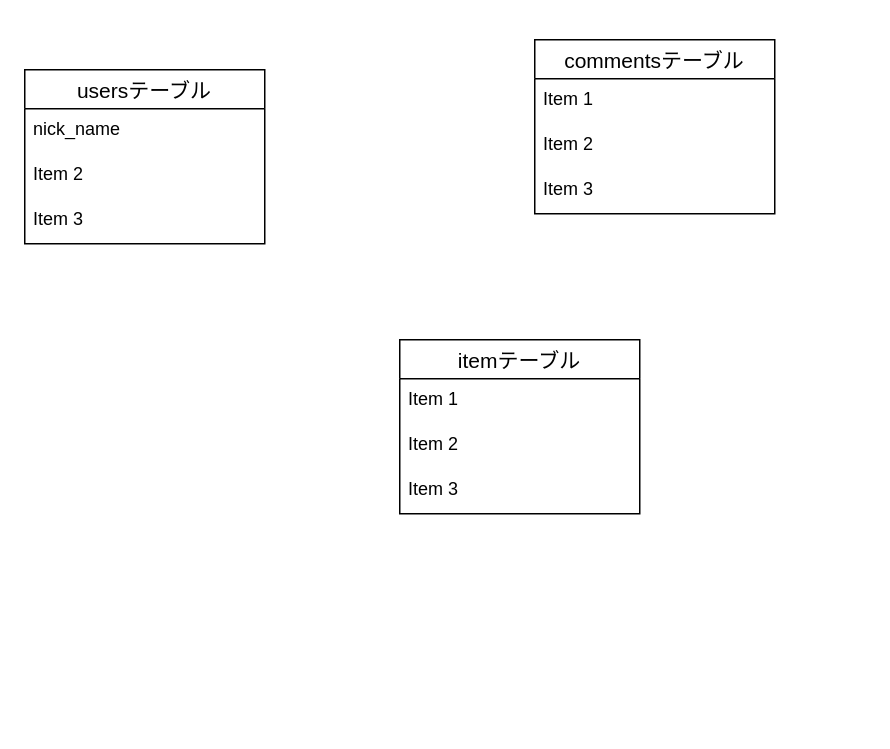
This is test.dio from yushi777/bag-app, a draw.io file, before an edit. Source tidied: cells renumbered, new cells numbered last; positions are measured from the earlier drawing's top-left corner, leaving out a move shared by most shapes. Both pictures are drawn from the tidied source at 150%, with x=0, y=0 at pixel (24, 39).
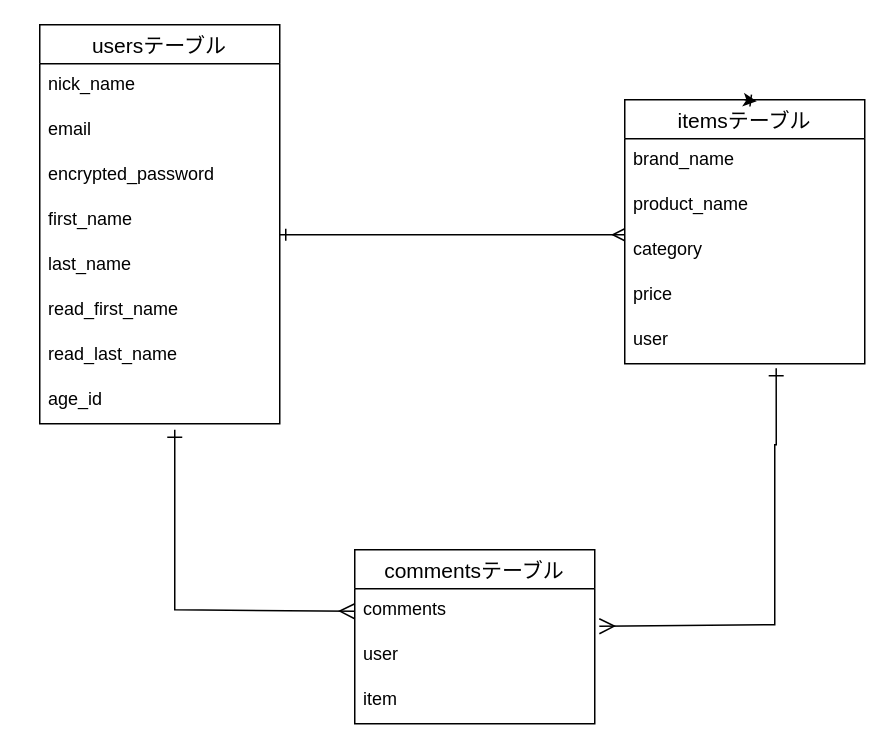
After the change.

Commit message (it also covers changes not shown here):
ER図の作成とreadmeの作成

Diff of the diagram source:
```diff
@@
-    <mxCell id="2" value="usersテーブル" style="swimlane;fontStyle=0;horizontal=1;startSize=26;align=center;fontSize=14;" parent="1" vertex="1">
-      <mxGeometry y="20" width="160" height="116" as="geometry" />
-    </mxCell>
-    <mxCell id="3" value="nick_name" style="text;strokeColor=none;fillColor=none;spacingLeft=4;spacingRight=4;overflow=hidden;fontSize=12;" parent="2" vertex="1">
-      <mxGeometry y="26" width="160" height="30" as="geometry" />
-    </mxCell>
-    <mxCell id="4" value="Item 2" style="text;strokeColor=none;fillColor=none;spacingLeft=4;spacingRight=4;overflow=hidden;fontSize=12;" parent="2" vertex="1">
-      <mxGeometry y="56" width="160" height="30" as="geometry" />
-    </mxCell>
-    <mxCell id="5" value="Item 3" style="text;strokeColor=none;fillColor=none;spacingLeft=4;spacingRight=4;overflow=hidden;fontSize=12;" parent="2" vertex="1">
-      <mxGeometry y="86" width="160" height="30" as="geometry" />
-    </mxCell>
-    <mxCell id="6" value="itemテーブル" style="swimlane;fontStyle=0;horizontal=1;startSize=26;align=center;fontSize=14;" parent="1" vertex="1">
-      <mxGeometry x="250" y="200" width="160" height="116" as="geometry" />
-    </mxCell>
-    <mxCell id="7" value="Item 1" style="text;strokeColor=none;fillColor=none;spacingLeft=4;spacingRight=4;overflow=hidden;fontSize=12;" parent="6" vertex="1">
-      <mxGeometry y="26" width="160" height="30" as="geometry" />
-    </mxCell>
-    <mxCell id="8" value="Item 2" style="text;strokeColor=none;fillColor=none;spacingLeft=4;spacingRight=4;overflow=hidden;fontSize=12;" parent="6" vertex="1">
-      <mxGeometry y="56" width="160" height="30" as="geometry" />
-    </mxCell>
-    <mxCell id="9" value="Item 3" style="text;strokeColor=none;fillColor=none;spacingLeft=4;spacingRight=4;overflow=hidden;fontSize=12;" parent="6" vertex="1">
-      <mxGeometry y="86" width="160" height="30" as="geometry" />
-    </mxCell>
     <mxCell id="10" value="commentsテーブル" style="swimlane;fontStyle=0;horizontal=1;startSize=26;align=center;fontSize=14;" parent="1" vertex="1">
-      <mxGeometry x="340" width="160" height="116" as="geometry" />
+      <mxGeometry x="220" y="340" width="160" height="116" as="geometry" />
     </mxCell>
-    <mxCell id="11" value="Item 1" style="text;strokeColor=none;fillColor=none;spacingLeft=4;spacingRight=4;overflow=hidden;points=[[0,0.5],[1,0.5]];portConstraint=eastwest;fontSize=12;" parent="10" vertex="1">
+    <mxCell id="11" value="comments" style="text;strokeColor=none;fillColor=none;spacingLeft=4;spacingRight=4;overflow=hidden;points=[[0,0.5],[1,0.5]];portConstraint=eastwest;fontSize=12;" parent="10" vertex="1">
       <mxGeometry y="26" width="160" height="30" as="geometry" />
     </mxCell>
-    <mxCell id="12" value="Item 2" style="text;strokeColor=none;fillColor=none;spacingLeft=4;spacingRight=4;overflow=hidden;fontSize=12;" parent="10" vertex="1">
+    <mxCell id="12" value="user" style="text;strokeColor=none;fillColor=none;spacingLeft=4;spacingRight=4;overflow=hidden;fontSize=12;" parent="10" vertex="1">
       <mxGeometry y="56" width="160" height="30" as="geometry" />
     </mxCell>
-    <mxCell id="13" value="Item 3" style="text;strokeColor=none;fillColor=none;spacingLeft=4;spacingRight=4;overflow=hidden;fontSize=12;" parent="10" vertex="1">
+    <mxCell id="13" value="item" style="text;strokeColor=none;fillColor=none;spacingLeft=4;spacingRight=4;overflow=hidden;fontSize=12;" parent="10" vertex="1">
       <mxGeometry y="86" width="160" height="30" as="geometry" />
     </mxCell>
+    <mxCell id="2" value="usersテーブル" style="swimlane;fontStyle=0;horizontal=1;startSize=26;align=center;fontSize=14;" parent="1" vertex="1">
+      <mxGeometry x="10" y="-10" width="160" height="266" as="geometry" />
+    </mxCell>
+    <mxCell id="3" value="nick_name" style="text;strokeColor=none;fillColor=none;spacingLeft=4;spacingRight=4;overflow=hidden;fontSize=12;" parent="2" vertex="1">
+      <mxGeometry y="26" width="160" height="30" as="geometry" />
+    </mxCell>
+    <mxCell id="14" value="email" style="text;strokeColor=none;fillColor=none;spacingLeft=4;spacingRight=4;overflow=hidden;fontSize=12;" parent="2" vertex="1">
+      <mxGeometry y="56" width="160" height="30" as="geometry" />
+    </mxCell>
+    <mxCell id="15" value="encrypted_password" style="text;strokeColor=none;fillColor=none;spacingLeft=4;spacingRight=4;overflow=hidden;fontSize=12;" parent="2" vertex="1">
+      <mxGeometry y="86" width="160" height="30" as="geometry" />
+    </mxCell>
+    <mxCell id="16" value="first_name" style="text;strokeColor=none;fillColor=none;spacingLeft=4;spacingRight=4;overflow=hidden;fontSize=12;" parent="2" vertex="1">
+      <mxGeometry y="116" width="160" height="30" as="geometry" />
+    </mxCell>
+    <mxCell id="17" value="last_name" style="text;strokeColor=none;fillColor=none;spacingLeft=4;spacingRight=4;overflow=hidden;fontSize=12;" parent="2" vertex="1">
+      <mxGeometry y="146" width="160" height="30" as="geometry" />
+    </mxCell>
+    <mxCell id="18" value="read_first_name" style="text;strokeColor=none;fillColor=none;spacingLeft=4;spacingRight=4;overflow=hidden;fontSize=12;" parent="2" vertex="1">
+      <mxGeometry y="176" width="160" height="30" as="geometry" />
+    </mxCell>
+    <mxCell id="19" value="read_last_name" style="text;strokeColor=none;fillColor=none;spacingLeft=4;spacingRight=4;overflow=hidden;fontSize=12;" parent="2" vertex="1">
+      <mxGeometry y="206" width="160" height="30" as="geometry" />
+    </mxCell>
+    <mxCell id="20" value="age_id" style="text;strokeColor=none;fillColor=none;spacingLeft=4;spacingRight=4;overflow=hidden;fontSize=12;" parent="2" vertex="1">
+      <mxGeometry y="236" width="160" height="30" as="geometry" />
+    </mxCell>
+    <mxCell id="21" value="itemsテーブル" style="swimlane;fontStyle=0;horizontal=1;startSize=26;align=center;fontSize=14;" parent="1" vertex="1">
+      <mxGeometry x="400" y="40" width="160" height="176" as="geometry" />
+    </mxCell>
+    <mxCell id="22" value="brand_name" style="text;strokeColor=none;fillColor=none;spacingLeft=4;spacingRight=4;overflow=hidden;fontSize=12;" parent="21" vertex="1">
+      <mxGeometry y="26" width="160" height="30" as="geometry" />
+    </mxCell>
+    <mxCell id="23" value="product_name" style="text;strokeColor=none;fillColor=none;spacingLeft=4;spacingRight=4;overflow=hidden;fontSize=12;" parent="21" vertex="1">
+      <mxGeometry y="56" width="160" height="30" as="geometry" />
+    </mxCell>
+    <mxCell id="24" value="category" style="text;strokeColor=none;fillColor=none;spacingLeft=4;spacingRight=4;overflow=hidden;fontSize=12;" parent="21" vertex="1">
+      <mxGeometry y="86" width="160" height="30" as="geometry" />
+    </mxCell>
+    <mxCell id="25" value="price" style="text;strokeColor=none;fillColor=none;spacingLeft=4;spacingRight=4;overflow=hidden;fontSize=12;" parent="21" vertex="1">
+      <mxGeometry y="116" width="160" height="30" as="geometry" />
+    </mxCell>
+    <mxCell id="26" value="user" style="text;strokeColor=none;fillColor=none;spacingLeft=4;spacingRight=4;overflow=hidden;points=[[0,0.5],[1,0.5]];portConstraint=eastwest;fontSize=12;" parent="21" vertex="1">
+      <mxGeometry y="146" width="160" height="30" as="geometry" />
+    </mxCell>
+    <mxCell id="27" style="edgeStyle=none;orthogonalLoop=1;jettySize=auto;html=1;startArrow=ERone;startFill=0;endArrow=ERmany;endFill=0;" parent="1" edge="1">
+      <mxGeometry relative="1" as="geometry">
+        <mxPoint x="170" y="130" as="sourcePoint" />
+        <mxPoint x="400" y="130" as="targetPoint" />
+      </mxGeometry>
+    </mxCell>
+    <mxCell id="28" style="edgeStyle=none;html=1;exitX=0.5;exitY=0;exitDx=0;exitDy=0;entryX=0.55;entryY=0.006;entryDx=0;entryDy=0;entryPerimeter=0;startArrow=ERone;startFill=0;" parent="1" edge="1" source="21" target="21">
+      <mxGeometry relative="1" as="geometry" />
+    </mxCell>
+    <mxCell id="29" style="edgeStyle=segmentEdgeStyle;endArrow=ERmany;html=1;curved=0;rounded=0;endSize=8;startSize=8;sourcePerimeterSpacing=0;targetPerimeterSpacing=0;entryX=0;entryY=0.5;entryDx=0;entryDy=0;startArrow=ERone;startFill=0;endFill=0;" parent="1" edge="1" target="11">
+      <mxGeometry relative="1" as="geometry">
+        <mxPoint x="100" y="260" as="sourcePoint" />
+        <Array as="points">
+          <mxPoint x="100" y="380" />
+        </Array>
+      </mxGeometry>
+    </mxCell>
+    <mxCell id="30" style="edgeStyle=segmentEdgeStyle;endArrow=ERmany;html=1;curved=0;rounded=0;endSize=8;startSize=8;sourcePerimeterSpacing=0;targetPerimeterSpacing=0;exitX=0.631;exitY=1.1;exitDx=0;exitDy=0;exitPerimeter=0;endFill=0;startArrow=ERone;startFill=0;entryX=1.019;entryY=0.833;entryDx=0;entryDy=0;entryPerimeter=0;" parent="1" edge="1" source="26" target="11">
+      <mxGeometry relative="1" as="geometry">
+        <Array as="points">
+          <mxPoint x="501" y="270" />
+          <mxPoint x="500" y="270" />
+          <mxPoint x="500" y="390" />
+        </Array>
+      </mxGeometry>
+    </mxCell>
```
